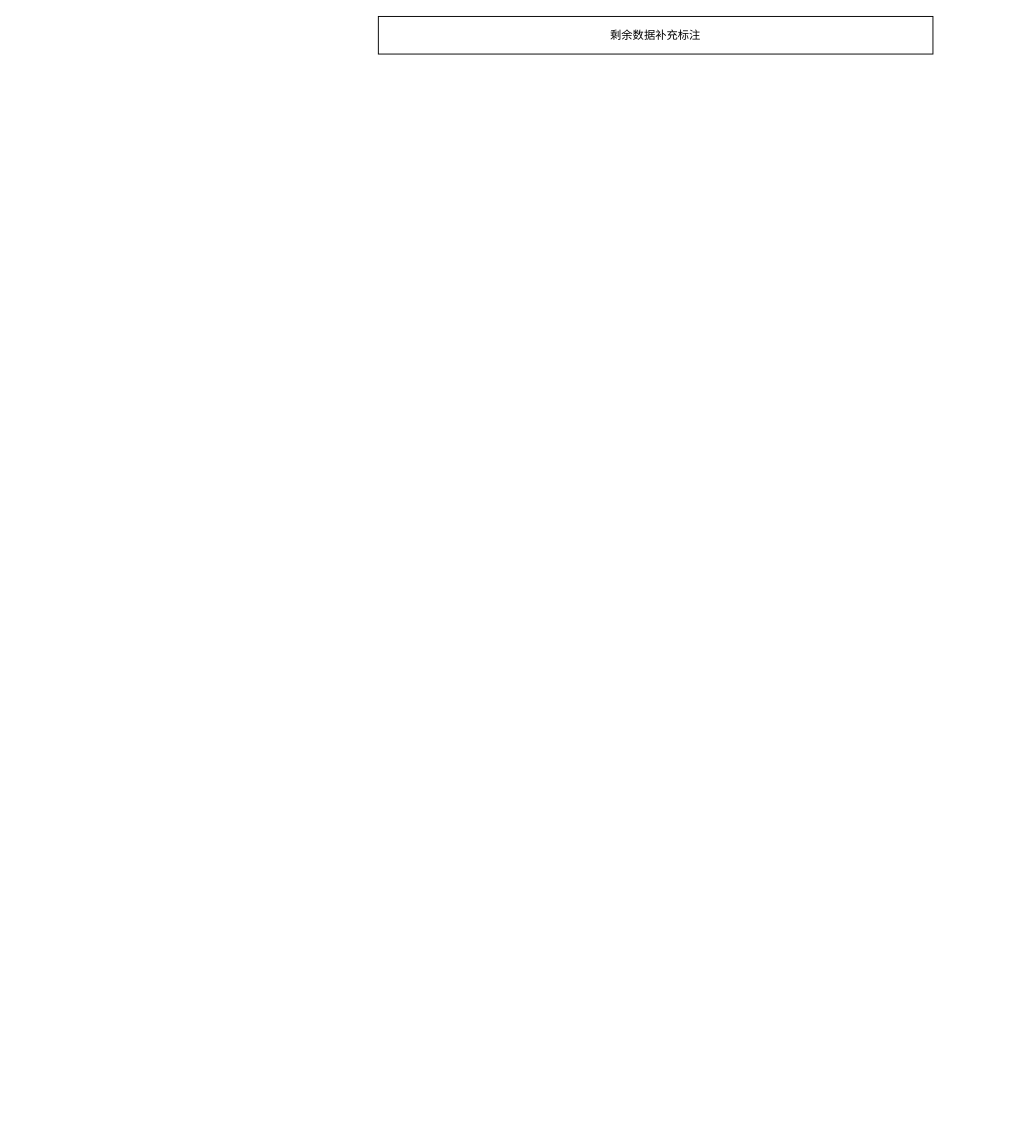
xiazi-yu/triton-server-read keeps this draw.io diagram as 剩余补标.drawio. Above is the earlier version. Source tidied: cells renumbered, new cells numbered last; positions are measured from the earlier drawing's top-left corner, leaving out a move shared by most shapes. Both pictures are drawn from the tidied source at 94%, with x=0, y=0 at pixel (378, 16).
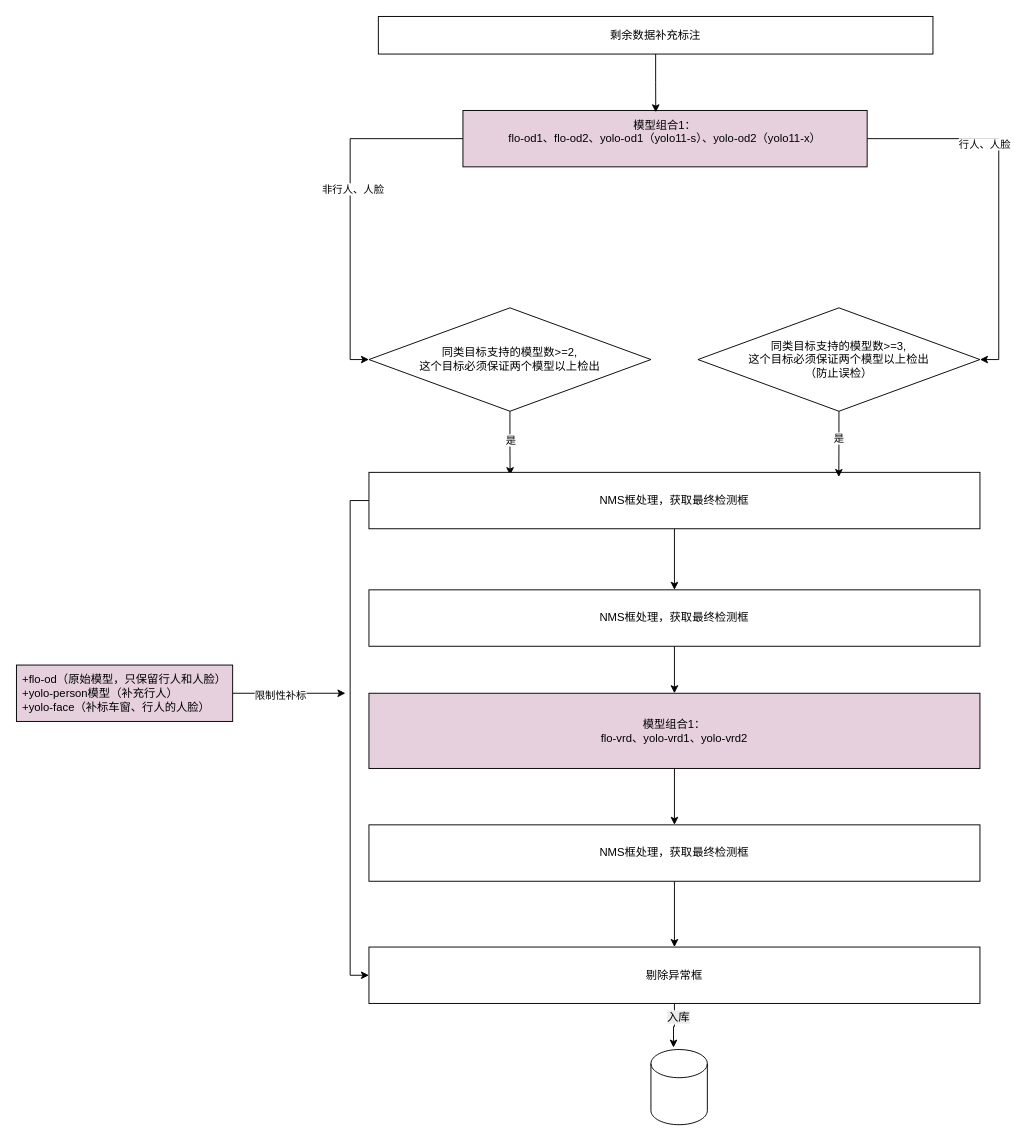
The same page after the edit.

Commit message (it also covers changes not shown here):
更新剩余补标.drawio

Unchanged cells that the change refers to:
```xml
<mxCell id="2" value="剩余数据补充标注" style="rounded=0;whiteSpace=wrap;html=1;" parent="1" vertex="1">
  <mxGeometry width="590" height="40" as="geometry" />
</mxCell>
```

The edit, as a diff of the source:
```diff
@@
+    <mxCell id="3" style="edgeStyle=orthogonalEdgeStyle;rounded=0;jettySize=auto;html=1;exitX=0;exitY=0.5;exitDx=0;exitDy=0;entryX=0;entryY=0.5;entryDx=0;entryDy=0;" parent="1" edge="1" source="7" target="8">
+      <mxGeometry relative="1" as="geometry" />
+    </mxCell>
+    <mxCell id="4" value="非行人、人脸" style="edgeLabel;html=1;align=center;verticalAlign=middle;" parent="3" vertex="1">
+      <mxGeometry x="-0.08" y="2" relative="1" as="geometry" />
+    </mxCell>
+    <mxCell id="5" style="edgeStyle=orthogonalEdgeStyle;rounded=0;jettySize=auto;html=1;exitX=1;exitY=0.5;exitDx=0;exitDy=0;entryX=1;entryY=0.5;entryDx=0;entryDy=0;" parent="1" edge="1" source="7" target="9">
+      <mxGeometry relative="1" as="geometry" />
+    </mxCell>
+    <mxCell id="6" value="行人、人脸" style="edgeLabel;html=1;align=center;verticalAlign=middle;" parent="5" vertex="1">
+      <mxGeometry x="-0.37" y="-5" relative="1" as="geometry" />
+    </mxCell>
+    <mxCell id="7" value="&lt;div&gt;模型组合1：&lt;/div&gt;&lt;div&gt;&lt;span style=&quot;background-color: transparent; color: light-dark(rgb(0, 0, 0), rgb(255, 255, 255));&quot;&gt;flo-od1&lt;/span&gt;&lt;span style=&quot;background-color: transparent; color: light-dark(rgb(0, 0, 0), rgb(255, 255, 255));&quot;&gt;、&lt;/span&gt;&lt;span style=&quot;background-color: transparent; color: light-dark(rgb(0, 0, 0), rgb(255, 255, 255));&quot;&gt;flo-od2&lt;/span&gt;&lt;span style=&quot;background-color: transparent; color: light-dark(rgb(0, 0, 0), rgb(255, 255, 255));&quot;&gt;、&lt;/span&gt;&lt;span style=&quot;background-color: transparent; color: light-dark(rgb(0, 0, 0), rgb(255, 255, 255));&quot;&gt;yolo-od1（yolo11-s）&lt;/span&gt;&lt;span style=&quot;background-color: transparent; color: light-dark(rgb(0, 0, 0), rgb(255, 255, 255));&quot;&gt;、&lt;/span&gt;&lt;span style=&quot;background-color: transparent; color: light-dark(rgb(0, 0, 0), rgb(255, 255, 255));&quot;&gt;yolo-od2（yolo11-x）&lt;/span&gt;&lt;/div&gt;&lt;div&gt;&lt;br&gt;&lt;/div&gt;" style="rounded=0;whiteSpace=wrap;html=1;fillColor=#E6D0DE;" parent="1" vertex="1">
+      <mxGeometry x="90" y="100" width="430" height="60" as="geometry" />
+    </mxCell>
+    <mxCell id="8" value="同类目标支持的模型数&amp;gt;=2,&lt;div&gt;这个目标必须保证两个模型以上检出&lt;/div&gt;" style="rhombus;whiteSpace=wrap;html=1;" parent="1" vertex="1">
+      <mxGeometry x="-10" y="310" width="300" height="110" as="geometry" />
+    </mxCell>
+    <mxCell id="9" value="同类目标支持的模型数&amp;gt;=3,&lt;div&gt;这个目标必须保证两个模型以上检出&lt;/div&gt;&lt;div&gt;（防止误检）&lt;/div&gt;" style="rhombus;whiteSpace=wrap;html=1;" parent="1" vertex="1">
+      <mxGeometry x="340" y="310" width="300" height="110" as="geometry" />
+    </mxCell>
+    <mxCell id="10" style="edgeStyle=orthogonalEdgeStyle;rounded=0;jettySize=auto;html=1;exitX=0.5;exitY=1;exitDx=0;exitDy=0;entryX=0.5;entryY=0;entryDx=0;entryDy=0;" parent="1" edge="1" source="14" target="18">
+      <mxGeometry relative="1" as="geometry" />
+    </mxCell>
+    <mxCell id="11" style="edgeStyle=orthogonalEdgeStyle;rounded=0;jettySize=auto;html=1;exitX=0;exitY=0.5;exitDx=0;exitDy=0;entryX=0;entryY=0.5;entryDx=0;entryDy=0;" parent="1" edge="1" source="14" target="27">
+      <mxGeometry relative="1" as="geometry" />
+    </mxCell>
+    <mxCell id="12" style="edgeStyle=orthogonalEdgeStyle;rounded=0;jettySize=auto;html=1;exitX=0.5;exitY=1;exitDx=0;exitDy=0;entryX=0.231;entryY=0.05;entryDx=0;entryDy=0;entryPerimeter=0;" parent="1" edge="1" source="8" target="14">
+      <mxGeometry relative="1" as="geometry" />
+    </mxCell>
+    <mxCell id="13" value="是" style="edgeLabel;html=1;align=center;verticalAlign=middle;" parent="12" vertex="1">
+      <mxGeometry x="-0.09" relative="1" as="geometry">
+        <mxPoint y="-1" as="offset" />
+      </mxGeometry>
+    </mxCell>
+    <mxCell id="14" value="NMS框处理，获取最终检测框" style="rounded=0;whiteSpace=wrap;html=1;" parent="1" vertex="1">
+      <mxGeometry x="-10" y="485" width="650" height="60" as="geometry" />
+    </mxCell>
+    <mxCell id="15" style="edgeStyle=orthogonalEdgeStyle;rounded=0;jettySize=auto;html=1;exitX=0.5;exitY=1;exitDx=0;exitDy=0;entryX=0.769;entryY=0.083;entryDx=0;entryDy=0;entryPerimeter=0;" parent="1" edge="1" source="9" target="14">
+      <mxGeometry relative="1" as="geometry" />
+    </mxCell>
+    <mxCell id="16" value="是" style="edgeLabel;html=1;align=center;verticalAlign=middle;" parent="15" vertex="1">
+      <mxGeometry x="-0.14" y="-1" relative="1" as="geometry">
+        <mxPoint y="-2" as="offset" />
+      </mxGeometry>
+    </mxCell>
+    <mxCell id="17" style="edgeStyle=orthogonalEdgeStyle;rounded=0;jettySize=auto;html=1;exitX=0.5;exitY=1;exitDx=0;exitDy=0;entryX=0.5;entryY=0;entryDx=0;entryDy=0;" parent="1" edge="1" source="18" target="20">
+      <mxGeometry relative="1" as="geometry" />
+    </mxCell>
+    <mxCell id="18" value="NMS框处理，获取最终检测框" style="rounded=0;whiteSpace=wrap;html=1;" parent="1" vertex="1">
+      <mxGeometry x="-10" y="610" width="650" height="60" as="geometry" />
+    </mxCell>
+    <mxCell id="19" style="edgeStyle=orthogonalEdgeStyle;rounded=0;jettySize=auto;html=1;exitX=0.5;exitY=1;exitDx=0;exitDy=0;entryX=0.5;entryY=0;entryDx=0;entryDy=0;" parent="1" edge="1" source="20" target="26">
+      <mxGeometry relative="1" as="geometry" />
+    </mxCell>
+    <mxCell id="20" value="&lt;div&gt;模型组合1：&lt;/div&gt;&lt;div&gt;&lt;span style=&quot;background-color: transparent; color: light-dark(rgb(0, 0, 0), rgb(255, 255, 255));&quot;&gt;flo-vrd&lt;/span&gt;&lt;span style=&quot;background-color: transparent; color: light-dark(rgb(0, 0, 0), rgb(255, 255, 255));&quot;&gt;、yolo-vrd1、&lt;/span&gt;&lt;span style=&quot;background-color: transparent; color: light-dark(rgb(0, 0, 0), rgb(255, 255, 255));&quot;&gt;yolo-vrd2&lt;/span&gt;&lt;/div&gt;" style="rounded=0;whiteSpace=wrap;html=1;fillColor=#E6D0DE;" parent="1" vertex="1">
+      <mxGeometry x="-10" y="720" width="650" height="80" as="geometry" />
+    </mxCell>
+    <mxCell id="21" style="edgeStyle=orthogonalEdgeStyle;rounded=0;jettySize=auto;html=1;exitX=1;exitY=0.5;exitDx=0;exitDy=0;" parent="1" edge="1" source="23">
+      <mxGeometry relative="1" as="geometry">
+        <mxPoint x="-35" y="720" as="targetPoint" />
+      </mxGeometry>
+    </mxCell>
+    <mxCell id="22" value="限制性补标" style="edgeLabel;html=1;align=center;verticalAlign=middle;" parent="21" vertex="1">
+      <mxGeometry x="-0.17" y="-2" relative="1" as="geometry" />
+    </mxCell>
+    <mxCell id="23" value="&lt;div style=&quot;text-align: left;&quot;&gt;&lt;span style=&quot;background-color: transparent; color: light-dark(rgb(0, 0, 0), rgb(255, 255, 255));&quot;&gt;+&lt;/span&gt;&lt;span style=&quot;background-color: transparent; color: light-dark(rgb(0, 0, 0), rgb(255, 255, 255));&quot;&gt;flo-od（原始模型，只保留行人和人脸）&lt;/span&gt;&lt;/div&gt;&lt;div style=&quot;text-align: left;&quot;&gt;&lt;span style=&quot;background-color: transparent; color: light-dark(rgb(0, 0, 0), rgb(255, 255, 255));&quot;&gt;+yolo-person模型（补充行人）&lt;/span&gt;&lt;/div&gt;&lt;div style=&quot;text-align: left;&quot;&gt;+yolo-face（补标车窗、行人的人脸）&lt;/div&gt;" style="rounded=0;whiteSpace=wrap;html=1;fillColor=#E6D0DE;" parent="1" vertex="1">
+      <mxGeometry x="-385" y="690" width="230" height="60" as="geometry" />
+    </mxCell>
+    <mxCell id="24" style="edgeStyle=orthogonalEdgeStyle;rounded=0;jettySize=auto;html=1;exitX=0.5;exitY=1;exitDx=0;exitDy=0;entryX=0.477;entryY=0.033;entryDx=0;entryDy=0;entryPerimeter=0;" parent="1" edge="1" source="2" target="7">
+      <mxGeometry relative="1" as="geometry" />
+    </mxCell>
+    <mxCell id="25" style="edgeStyle=orthogonalEdgeStyle;rounded=0;jettySize=auto;html=1;exitX=0.5;exitY=1;exitDx=0;exitDy=0;entryX=0.5;entryY=0;entryDx=0;entryDy=0;" parent="1" edge="1" source="26" target="27">
+      <mxGeometry relative="1" as="geometry" />
+    </mxCell>
+    <mxCell id="26" value="NMS框处理，获取最终检测框" style="rounded=0;whiteSpace=wrap;html=1;" parent="1" vertex="1">
+      <mxGeometry x="-10" y="860" width="650" height="60" as="geometry" />
+    </mxCell>
+    <mxCell id="27" value="剔除异常框" style="rounded=0;whiteSpace=wrap;html=1;" parent="1" vertex="1">
+      <mxGeometry x="-10" y="990" width="650" height="60" as="geometry" />
+    </mxCell>
+    <mxCell id="28" style="shape=cylinder3;whiteSpace=wrap;html=1;boundedLbl=1;backgroundOutline=1;size=15;" parent="1" vertex="1">
+      <mxGeometry x="290" y="1099" width="60" height="80" as="geometry" />
+    </mxCell>
+    <mxCell id="29" style="edgeStyle=orthogonalEdgeStyle;rounded=0;jettySize=auto;html=1;exitX=0.5;exitY=1;exitDx=0;exitDy=0;entryX=0.4;entryY=-0.025;entryDx=0;entryDy=0;entryPerimeter=0;" parent="1" edge="1" source="27" target="28">
+      <mxGeometry relative="1" as="geometry" />
+    </mxCell>
+    <mxCell id="30" value="&lt;span style=&quot;font-size: 12px; background-color: rgb(236, 236, 236);&quot;&gt;入库&lt;/span&gt;" style="edgeLabel;html=1;align=center;verticalAlign=middle;" parent="29" vertex="1">
+      <mxGeometry x="-0.42" y="3" relative="1" as="geometry" />
+    </mxCell>
```
